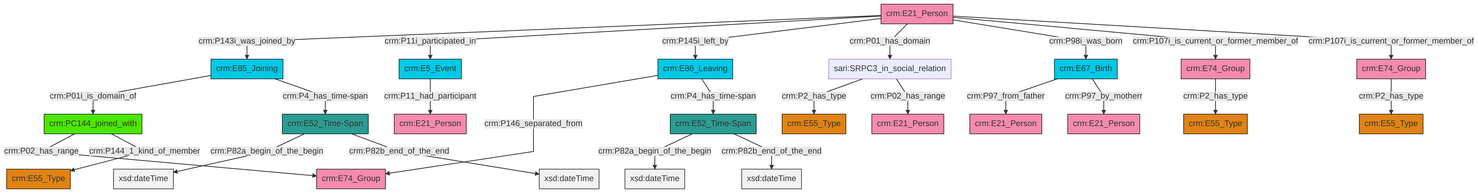
This is et/personCSV/ttl/mmd/png/Person_Actor_Relations.png from swiss-art-research-net/docs.swissartresearch, a Mermaid export, as it was before one commit. Its source is kept beside it as et/personCSV/ttl/mmd/Person_Actor_Relations.ttl.mmd.
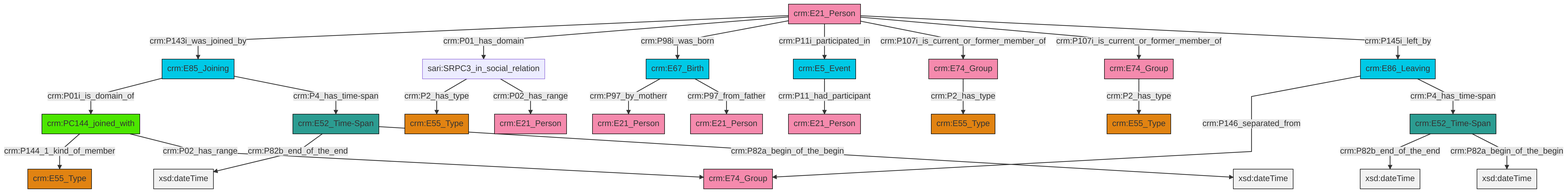
After the change.

What changed in the source:
```diff
@@ -13,27 +13,27 @@
 classDef PC_Classes fill:#4ce600, stroke:#000000;
 classDef Multi fill:#cccccc,stroke:#000000;
 
-0["crm:E21_Person"]:::Actor -->|crm:P143i_was_joined_by| 1["crm:E85_Joining"]:::Temporal_Entity
-0["crm:E21_Person"]:::Actor -->|crm:P11i_participated_in| 2["crm:E5_Event"]:::Temporal_Entity
-5["crm:E67_Birth"]:::Temporal_Entity -->|crm:P97_from_father| 6["crm:E21_Person"]:::Actor
-5["crm:E67_Birth"]:::Temporal_Entity -->|crm:P97_by_motherr| 14["crm:E21_Person"]:::Actor
-17["crm:E52_Time-Span"]:::Time-Span -->|crm:P82a_begin_of_the_begin| 18[xsd:dateTime]:::Literal
-0["crm:E21_Person"]:::Actor -->|crm:P145i_left_by| 20["crm:E86_Leaving"]:::Temporal_Entity
-21["crm:E52_Time-Span"]:::Time-Span -->|crm:P82a_begin_of_the_begin| 22[xsd:dateTime]:::Literal
-24["crm:PC144_joined_with"]:::PC_Classes -->|crm:P02_has_range| 25["crm:E74_Group"]:::Actor
-1["crm:E85_Joining"]:::Temporal_Entity -->|crm:P01i_is_domain_of| 24["crm:PC144_joined_with"]:::PC_Classes
-1["crm:E85_Joining"]:::Temporal_Entity -->|crm:P4_has_time-span| 17["crm:E52_Time-Span"]:::Time-Span
-0["crm:E21_Person"]:::Actor -->|crm:P01_has_domain| 11["sari:SRPC3_in_social_relation"]:::Default
-20["crm:E86_Leaving"]:::Temporal_Entity -->|crm:P146_separated_from| 25["crm:E74_Group"]:::Actor
-11["sari:SRPC3_in_social_relation"]:::Default -->|crm:P2_has_type| 29["crm:E55_Type"]:::Type
-2["crm:E5_Event"]:::Temporal_Entity -->|crm:P11_had_participant| 27["crm:E21_Person"]:::Actor
-32["crm:E74_Group"]:::Actor -->|crm:P2_has_type| 7["crm:E55_Type"]:::Type
-20["crm:E86_Leaving"]:::Temporal_Entity -->|crm:P4_has_time-span| 21["crm:E52_Time-Span"]:::Time-Span
-0["crm:E21_Person"]:::Actor -->|crm:P98i_was_born| 5["crm:E67_Birth"]:::Temporal_Entity
-0["crm:E21_Person"]:::Actor -->|crm:P107i_is_current_or_former_member_of| 36["crm:E74_Group"]:::Actor
-11["sari:SRPC3_in_social_relation"]:::Default -->|crm:P02_has_range| 34["crm:E21_Person"]:::Actor
-24["crm:PC144_joined_with"]:::PC_Classes -->|crm:P144_1_kind_of_member| 9["crm:E55_Type"]:::Type
-17["crm:E52_Time-Span"]:::Time-Span -->|crm:P82b_end_of_the_end| 39[xsd:dateTime]:::Literal
-21["crm:E52_Time-Span"]:::Time-Span -->|crm:P82b_end_of_the_end| 41[xsd:dateTime]:::Literal
-0["crm:E21_Person"]:::Actor -->|crm:P107i_is_current_or_former_member_of| 32["crm:E74_Group"]:::Actor
-36["crm:E74_Group"]:::Actor -->|crm:P2_has_type| 3["crm:E55_Type"]:::Type
+0["crm:E85_Joining"]:::Temporal_Entity -->|crm:P01i_is_domain_of| 1["crm:PC144_joined_with"]:::PC_Classes
+2["crm:E21_Person"]:::Actor -->|crm:P143i_was_joined_by| 0["crm:E85_Joining"]:::Temporal_Entity
+7["crm:E5_Event"]:::Temporal_Entity -->|crm:P11_had_participant| 8["crm:E21_Person"]:::Actor
+0["crm:E85_Joining"]:::Temporal_Entity -->|crm:P4_has_time-span| 9["crm:E52_Time-Span"]:::Time-Span
+5["crm:E52_Time-Span"]:::Time-Span -->|crm:P82b_end_of_the_end| 10[xsd:dateTime]:::Literal
+11["sari:SRPC3_in_social_relation"]:::Default -->|crm:P2_has_type| 12["crm:E55_Type"]:::Type
+1["crm:PC144_joined_with"]:::PC_Classes -->|crm:P144_1_kind_of_member| 13["crm:E55_Type"]:::Type
+2["crm:E21_Person"]:::Actor -->|crm:P01_has_domain| 11["sari:SRPC3_in_social_relation"]:::Default
+1["crm:PC144_joined_with"]:::PC_Classes -->|crm:P02_has_range| 14["crm:E74_Group"]:::Actor
+2["crm:E21_Person"]:::Actor -->|crm:P98i_was_born| 15["crm:E67_Birth"]:::Temporal_Entity
+5["crm:E52_Time-Span"]:::Time-Span -->|crm:P82a_begin_of_the_begin| 18[xsd:dateTime]:::Literal
+2["crm:E21_Person"]:::Actor -->|crm:P11i_participated_in| 7["crm:E5_Event"]:::Temporal_Entity
+9["crm:E52_Time-Span"]:::Time-Span -->|crm:P82b_end_of_the_end| 21[xsd:dateTime]:::Literal
+2["crm:E21_Person"]:::Actor -->|crm:P107i_is_current_or_former_member_of| 25["crm:E74_Group"]:::Actor
+15["crm:E67_Birth"]:::Temporal_Entity -->|crm:P97_by_motherr| 27["crm:E21_Person"]:::Actor
+3["crm:E86_Leaving"]:::Temporal_Entity -->|crm:P146_separated_from| 14["crm:E74_Group"]:::Actor
+32["crm:E74_Group"]:::Actor -->|crm:P2_has_type| 19["crm:E55_Type"]:::Type
+15["crm:E67_Birth"]:::Temporal_Entity -->|crm:P97_from_father| 34["crm:E21_Person"]:::Actor
+2["crm:E21_Person"]:::Actor -->|crm:P107i_is_current_or_former_member_of| 32["crm:E74_Group"]:::Actor
+25["crm:E74_Group"]:::Actor -->|crm:P2_has_type| 16["crm:E55_Type"]:::Type
+3["crm:E86_Leaving"]:::Temporal_Entity -->|crm:P4_has_time-span| 5["crm:E52_Time-Span"]:::Time-Span
+11["sari:SRPC3_in_social_relation"]:::Default -->|crm:P02_has_range| 23["crm:E21_Person"]:::Actor
+9["crm:E52_Time-Span"]:::Time-Span -->|crm:P82a_begin_of_the_begin| 45[xsd:dateTime]:::Literal
+2["crm:E21_Person"]:::Actor -->|crm:P145i_left_by| 3["crm:E86_Leaving"]:::Temporal_Entity
```
